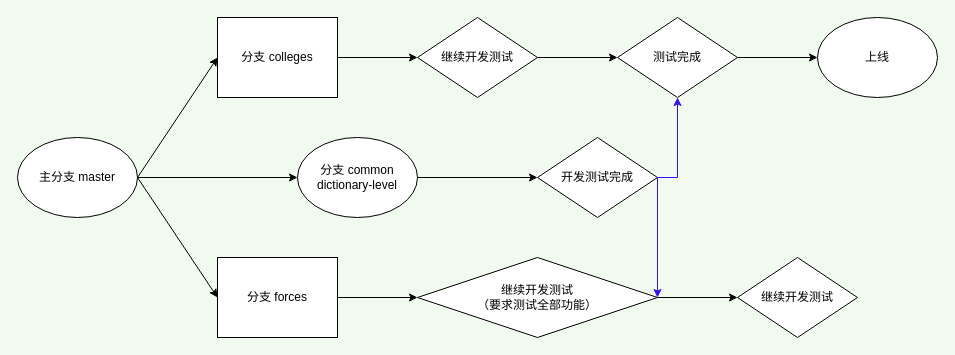
Above: 分支使用场景2.drawio in Cy-Draw/Flowchart (draw.io), before the change. Source tidied: cells renumbered, new cells numbered last; positions are measured from the earlier drawing's top-left corner, leaving out a move shared by most shapes. Both pictures are drawn from the tidied source at 100%, with x=0, y=0 at pixel (17, 17).
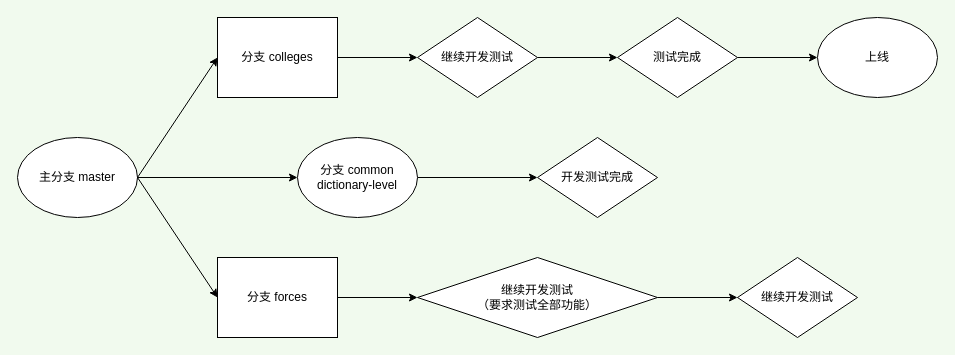
After the change.

Commit message:
更新分支使用场景2.drawio

Unchanged cells that the change refers to:
```xml
<mxCell id="9" value="继续开发测试&lt;br&gt;（要求测试全部功能）" style="rhombus;whiteSpace=wrap;html=1;" parent="1" vertex="1">
  <mxGeometry x="400" y="240" width="240" height="80" as="geometry" />
</mxCell>
<mxCell id="11" value="测试完成" style="rhombus;whiteSpace=wrap;html=1;" parent="1" vertex="1">
  <mxGeometry x="600" width="120" height="80" as="geometry" />
</mxCell>
<mxCell id="16" value="开发测试完成" style="rhombus;whiteSpace=wrap;html=1;" parent="1" vertex="1">
  <mxGeometry x="520" y="120" width="120" height="80" as="geometry" />
</mxCell>
```

The edit, as a diff of the source:
```diff
@@
-    <mxCell id="17" style="endArrow=classic;html=1;rounded=0;exitX=1;exitY=0.5;exitDx=0;exitDy=0;entryX=0.5;entryY=1;entryDx=0;entryDy=0;strokeColor=#3112FF;" parent="1" edge="1" source="16" target="11">
-      <mxGeometry relative="1" as="geometry">
-        <Array as="points">
-          <mxPoint x="660" y="160" />
-        </Array>
-      </mxGeometry>
-    </mxCell>
-    <mxCell id="18" style="endArrow=classic;html=1;rounded=0;exitX=1;exitY=0.5;exitDx=0;exitDy=0;entryX=1;entryY=0.5;entryDx=0;entryDy=0;strokeColor=#3112FF;" parent="1" edge="1" source="16" target="9">
-      <mxGeometry relative="1" as="geometry" />
-    </mxCell>
```
